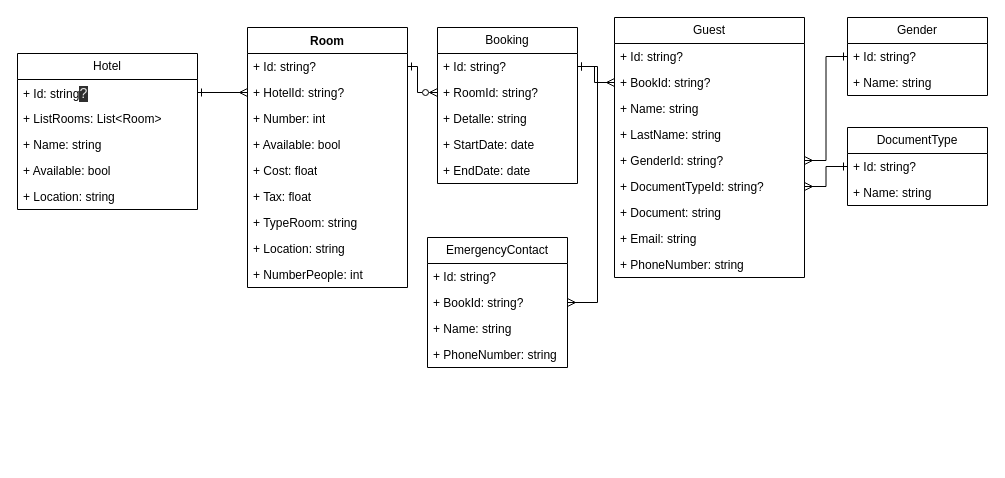
Alejo215/AppHoteles keeps this draw.io diagram as Diagrama sin título.drawio. Above is the earlier version. Source tidied: cells renumbered, new cells numbered last; positions are measured from the earlier drawing's top-left corner, leaving out a move shared by most shapes. Both pictures are drawn from the tidied source at 100%, with x=0, y=0 at pixel (17, 17).
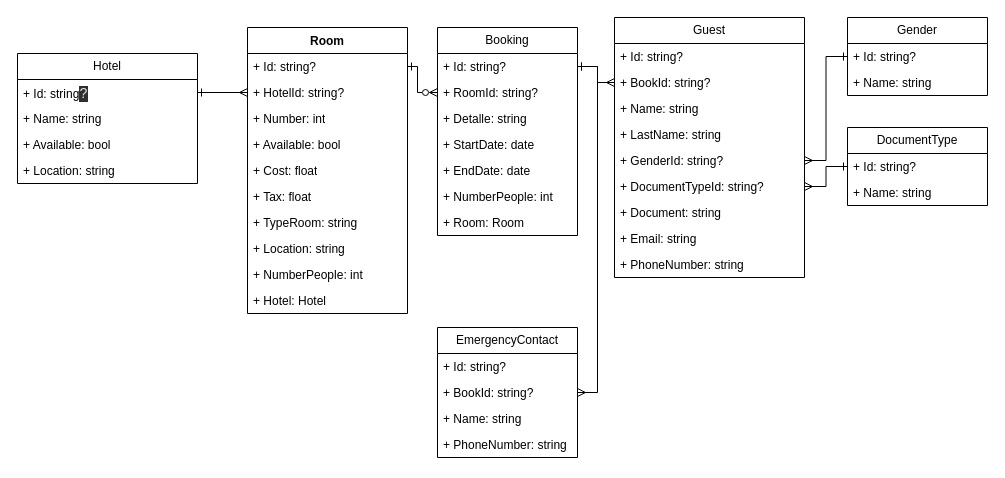
Above is the later version.

Commit message:
Se crean las relaciones de Booking, Room y Hotel

Unchanged cells that the change refers to:
```xml
<mxCell id="19" value="+ Id: string?&amp;nbsp;" style="text;strokeColor=none;fillColor=none;align=left;verticalAlign=top;spacingLeft=4;spacingRight=4;overflow=hidden;points=[[0,0.5],[1,0.5]];portConstraint=eastwest;whiteSpace=wrap;html=1;" parent="18" vertex="1">
  <mxGeometry y="26" width="140" height="26" as="geometry" />
</mxCell>
<mxCell id="26" value="+ BookId: string?" style="text;strokeColor=none;fillColor=none;align=left;verticalAlign=top;spacingLeft=4;spacingRight=4;overflow=hidden;points=[[0,0.5],[1,0.5]];portConstraint=eastwest;whiteSpace=wrap;html=1;" parent="24" vertex="1">
  <mxGeometry y="52" width="190" height="26" as="geometry" />
</mxCell>
```

Change to the diagram source:
```diff
@@
     <mxCell id="2" value="Hotel" style="swimlane;fontStyle=0;horizontal=1;startSize=26;fillColor=none;whiteSpace=wrap;html=1;" parent="1" vertex="1">
-      <mxGeometry y="36" width="180" height="156" as="geometry" />
+      <mxGeometry y="36" width="180" height="130" as="geometry" />
     </mxCell>
@@
-    <mxCell id="4" value="+ ListRooms: List&amp;lt;Room&amp;gt;" style="text;strokeColor=none;fillColor=none;align=left;verticalAlign=top;spacingLeft=4;spacingRight=4;overflow=hidden;whiteSpace=wrap;html=1;" parent="2" vertex="1">
-      <mxGeometry y="52" width="180" height="26" as="geometry" />
-    </mxCell>
     <mxCell id="5" value="+ Name: string" style="text;strokeColor=none;fillColor=none;align=left;verticalAlign=top;spacingLeft=4;spacingRight=4;overflow=hidden;whiteSpace=wrap;html=1;" parent="2" vertex="1">
-      <mxGeometry y="78" width="180" height="26" as="geometry" />
+      <mxGeometry y="52" width="180" height="26" as="geometry" />
     </mxCell>
     <mxCell id="6" value="+ Available: bool" style="text;strokeColor=none;fillColor=none;align=left;verticalAlign=top;spacingLeft=4;spacingRight=4;overflow=hidden;whiteSpace=wrap;html=1;" parent="2" vertex="1">
-      <mxGeometry y="104" width="180" height="26" as="geometry" />
+      <mxGeometry y="78" width="180" height="26" as="geometry" />
     </mxCell>
     <mxCell id="7" value="+ Location: string" style="text;strokeColor=none;fillColor=none;align=left;verticalAlign=top;spacingLeft=4;spacingRight=4;overflow=hidden;whiteSpace=wrap;html=1;" parent="2" vertex="1">
-      <mxGeometry y="130" width="180" height="26" as="geometry" />
+      <mxGeometry y="104" width="180" height="26" as="geometry" />
     </mxCell>
     <mxCell id="8" value="Room" style="swimlane;fontStyle=1;align=center;verticalAlign=top;horizontal=1;startSize=26;whiteSpace=wrap;html=1;" parent="1" vertex="1">
-      <mxGeometry x="230" y="10" width="160" height="260" as="geometry" />
+      <mxGeometry x="230" y="10" width="160" height="286" as="geometry" />
     </mxCell>
@@
+    <mxCell id="51" value="+ Hotel: Hotel" style="text;strokeColor=none;fillColor=none;align=left;verticalAlign=top;spacingLeft=4;spacingRight=4;overflow=hidden;whiteSpace=wrap;html=1;" parent="8" vertex="1">
+      <mxGeometry y="260" width="160" height="26" as="geometry" />
+    </mxCell>
     <mxCell id="18" value="Booking" style="swimlane;fontStyle=0;horizontal=1;startSize=26;fillColor=none;whiteSpace=wrap;html=1;" parent="1" vertex="1">
-      <mxGeometry x="420" y="10" width="140" height="156" as="geometry" />
+      <mxGeometry x="420" y="10" width="140" height="208" as="geometry" />
     </mxCell>
@@
+    <mxCell id="52" value="+ NumberPeople: int" style="text;strokeColor=none;fillColor=none;align=left;verticalAlign=top;spacingLeft=4;spacingRight=4;overflow=hidden;whiteSpace=wrap;html=1;" parent="18" vertex="1">
+      <mxGeometry y="156" width="140" height="26" as="geometry" />
+    </mxCell>
+    <mxCell id="53" value="+ Room: Room" style="text;strokeColor=none;fillColor=none;align=left;verticalAlign=top;spacingLeft=4;spacingRight=4;overflow=hidden;whiteSpace=wrap;html=1;" parent="18" vertex="1">
+      <mxGeometry y="182" width="140" height="26" as="geometry" />
+    </mxCell>
@@
     <mxCell id="34" value="EmergencyContact" style="swimlane;fontStyle=0;horizontal=1;startSize=26;fillColor=none;whiteSpace=wrap;html=1;" parent="1" vertex="1">
-      <mxGeometry x="410" y="220" width="140" height="130" as="geometry" />
+      <mxGeometry x="420" y="310" width="140" height="130" as="geometry" />
     </mxCell>
@@
     <mxCell id="41" style="edgeStyle=orthogonalEdgeStyle;rounded=0;jettySize=auto;html=1;exitX=0;exitY=0.5;exitDx=0;exitDy=0;entryX=1;entryY=0.5;entryDx=0;entryDy=0;startArrow=ERmany;startFill=0;endArrow=ERone;endFill=0;" parent="1" edge="1" source="26" target="19">
-      <mxGeometry relative="1" as="geometry" />
+      <mxGeometry relative="1" as="geometry">
+        <Array as="points">
+          <mxPoint x="580" y="65" />
+          <mxPoint x="580" y="49" />
+        </Array>
+      </mxGeometry>
     </mxCell>
```
